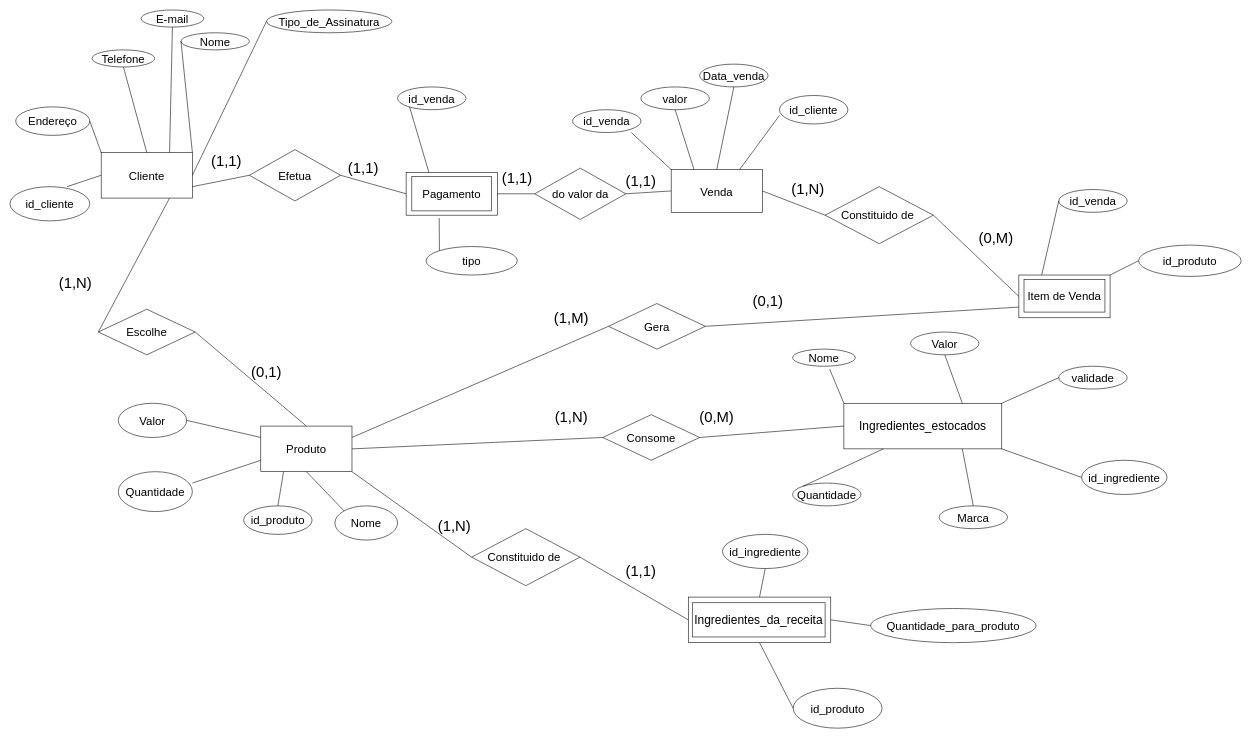
GustavoBastos04/Sistema-de-padaria keeps this draw.io diagram as lib/der-padaria.drawio. Above is the earlier version. Source tidied: cells renumbered, new cells numbered last; positions are measured from the earlier drawing's top-left corner, leaving out a move shared by most shapes. Both pictures are drawn from the tidied source at 57%, with x=0, y=0 at pixel (10, 10).
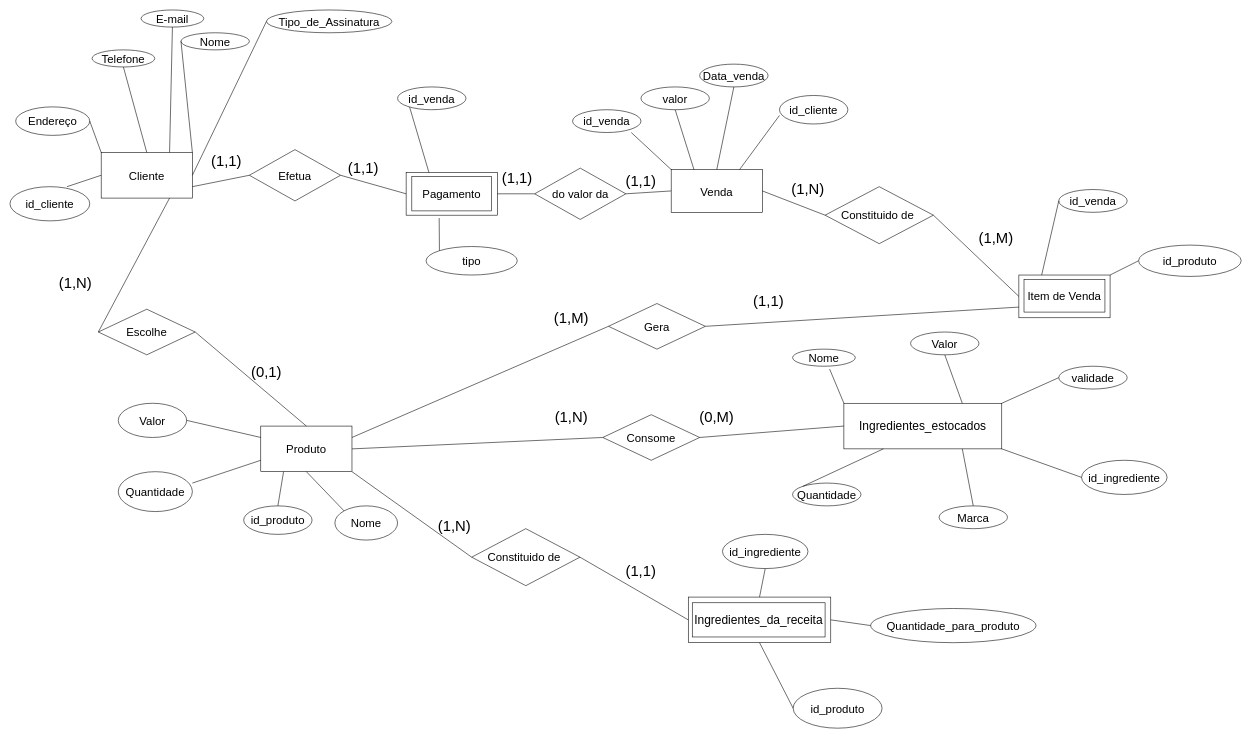
The same diagram, later.

Commit message (it also covers changes not shown here):
modifiquei o min-max

Modifiquei o min-max no relacionamento entre (produto, item-de-venda) e entre (item-de-venda, venda)

Diff of the diagram source:
```diff
@@
-    <mxCell id="79" value="&lt;font style=&quot;font-size: 26px;&quot;&gt;(0,M)&lt;/font&gt;" style="text;html=1;align=center;verticalAlign=middle;whiteSpace=wrap;rounded=0;" parent="1" vertex="1">
+    <mxCell id="79" value="&lt;font style=&quot;font-size: 26px;&quot;&gt;(1,M)&lt;/font&gt;" style="text;html=1;align=center;verticalAlign=middle;whiteSpace=wrap;rounded=0;" parent="1" vertex="1">
       <mxGeometry x="1700" y="385" width="60" height="30" as="geometry" />
     </mxCell>
@@
-    <mxCell id="82" value="&lt;font style=&quot;font-size: 26px;&quot;&gt;(0,1)&lt;/font&gt;" style="text;html=1;align=center;verticalAlign=middle;whiteSpace=wrap;rounded=0;" parent="1" vertex="1">
-      <mxGeometry x="1300" y="495" width="60" height="30" as="geometry" />
+    <mxCell id="82" value="&lt;font style=&quot;font-size: 26px;&quot;&gt;(1,1)&lt;/font&gt;" style="text;html=1;align=center;verticalAlign=middle;whiteSpace=wrap;rounded=0;" parent="1" vertex="1">
+      <mxGeometry x="1301" y="495" width="60" height="30" as="geometry" />
     </mxCell>
```
